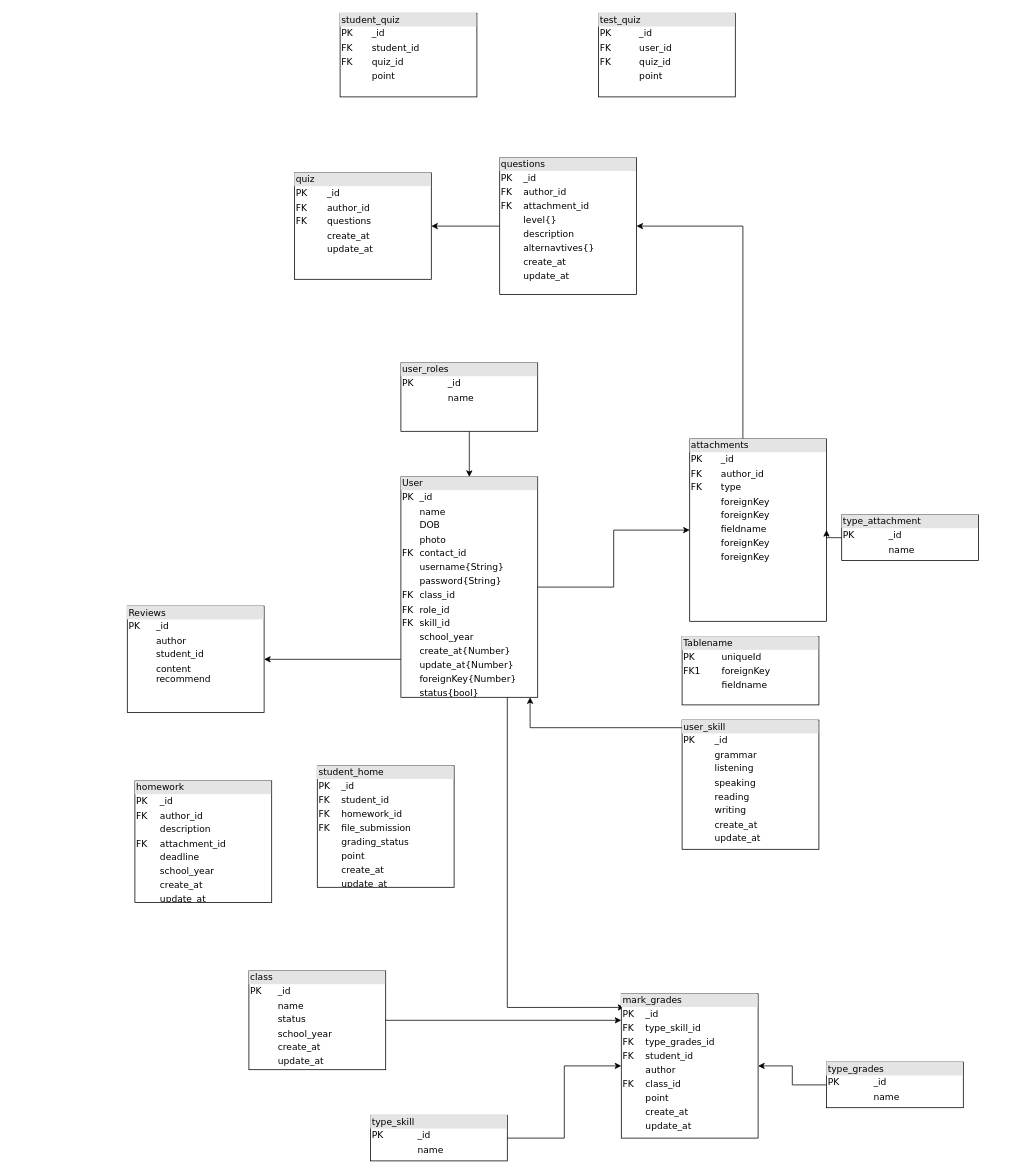
Earlier version of the draw.io diagram Untitled Diagram.drawio (neib000/CV). Source tidied: cells renumbered, new cells numbered last; positions are measured from the earlier drawing's top-left corner, leaving out a move shared by most shapes. Both pictures are drawn from the tidied source at 76%, with x=0, y=0 at pixel (127, 13).
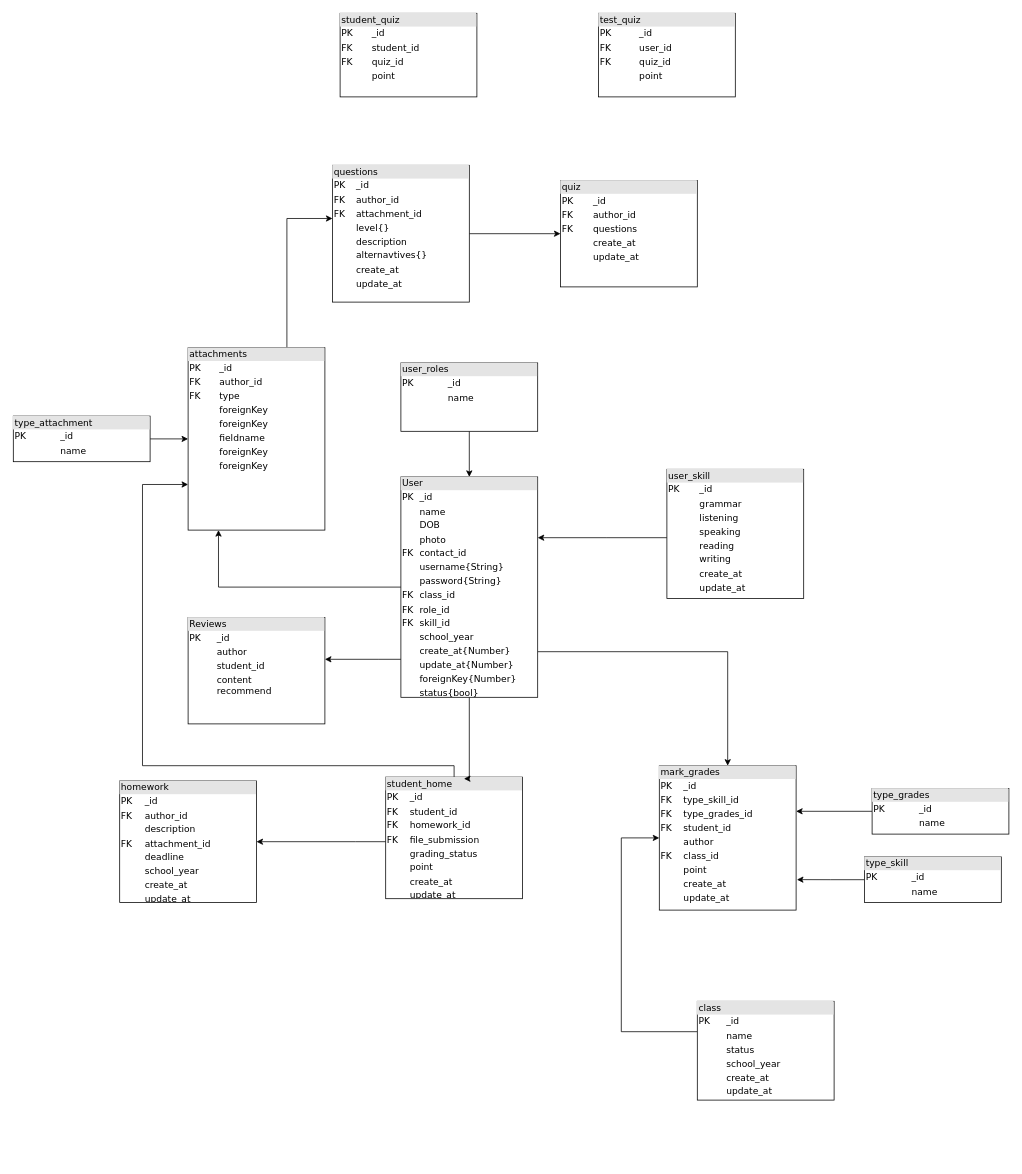
The same page after the edit.

Unchanged cells that the change refers to:
```xml
<mxCell id="14" value="&lt;div style=&quot;box-sizing: border-box ; width: 100% ; background: #e4e4e4 ; padding: 2px&quot;&gt;User&lt;/div&gt;&lt;table style=&quot;width: 100% ; font-size: 1em&quot; cellpadding=&quot;2&quot; cellspacing=&quot;0&quot;&gt;&lt;tbody&gt;&lt;tr&gt;&lt;td&gt;PK&lt;/td&gt;&lt;td&gt;_id&lt;/td&gt;&lt;/tr&gt;&lt;tr&gt;&lt;td&gt;&lt;br&gt;&lt;/td&gt;&lt;td&gt;name&lt;/td&gt;&lt;/tr&gt;&lt;tr&gt;&lt;td&gt;&lt;/td&gt;&lt;td&gt;DOB&lt;/td&gt;&lt;/tr&gt;&lt;tr&gt;&lt;td&gt;&lt;br&gt;&lt;/td&gt;&lt;td&gt;photo&lt;br&gt;&lt;/td&gt;&lt;/tr&gt;&lt;tr&gt;&lt;td&gt;FK&lt;br&gt;&lt;/td&gt;&lt;td&gt;contact_id&lt;/td&gt;&lt;/tr&gt;&lt;tr&gt;&lt;td&gt;&lt;br&gt;&lt;/td&gt;&lt;td&gt;username{String}&lt;/td&gt;&lt;/tr&gt;&lt;tr&gt;&lt;td&gt;&lt;br&gt;&lt;/td&gt;&lt;td&gt;password{String}&lt;/td&gt;&lt;/tr&gt;&lt;tr&gt;&lt;td&gt;FK&lt;/td&gt;&lt;td&gt;class_id&lt;br&gt;&lt;/td&gt;&lt;/tr&gt;&lt;tr&gt;&lt;td&gt;FK&lt;br&gt;&lt;/td&gt;&lt;td&gt;role_id&lt;/td&gt;&lt;/tr&gt;&lt;tr&gt;&lt;td&gt;FK&lt;br&gt;&lt;/td&gt;&lt;td&gt;skill_id&lt;/td&gt;&lt;/tr&gt;&lt;tr&gt;&lt;td&gt;&lt;br&gt;&lt;/td&gt;&lt;td&gt;school_year&lt;/td&gt;&lt;/tr&gt;&lt;tr&gt;&lt;td&gt;&lt;br&gt;&lt;/td&gt;&lt;td&gt;create_at{Number}&lt;br&gt;&lt;/td&gt;&lt;/tr&gt;&lt;tr&gt;&lt;td&gt;&lt;br&gt;&lt;/td&gt;&lt;td&gt;update_at{Number}&lt;/td&gt;&lt;/tr&gt;&lt;tr&gt;&lt;td&gt;&lt;br&gt;&lt;/td&gt;&lt;td&gt;foreignKey{Number}&lt;br&gt;&lt;/td&gt;&lt;/tr&gt;&lt;tr&gt;&lt;td&gt;&lt;br&gt;&lt;/td&gt;&lt;td&gt;status{bool}&lt;/td&gt;&lt;/tr&gt;&lt;tr&gt;&lt;td&gt;&lt;br&gt;&lt;/td&gt;&lt;td&gt;&lt;span style=&quot;white-space: pre&quot;&gt; &lt;/span&gt;&lt;br&gt;&lt;/td&gt;&lt;/tr&gt;&lt;tr&gt;&lt;td&gt;&lt;br&gt;&lt;/td&gt;&lt;td&gt;&lt;br&gt;&lt;/td&gt;&lt;/tr&gt;&lt;/tbody&gt;&lt;/table&gt;" style="verticalAlign=top;align=left;overflow=fill;html=1;rounded=0;shadow=0;comic=0;labelBackgroundColor=none;strokeWidth=1;fontFamily=Verdana;fontSize=12;" parent="1" vertex="1">
  <mxGeometry x="360" y="610" width="180" height="290" as="geometry" />
</mxCell>
```

Change to the diagram source:
```diff
@@
     <mxCell id="2" value="&lt;div style=&quot;box-sizing: border-box ; width: 100% ; background: #e4e4e4 ; padding: 2px&quot;&gt;quiz&lt;/div&gt;&lt;table style=&quot;width: 100% ; font-size: 1em&quot; cellpadding=&quot;2&quot; cellspacing=&quot;0&quot;&gt;&lt;tbody&gt;&lt;tr&gt;&lt;td&gt;PK&lt;/td&gt;&lt;td&gt;_id&lt;/td&gt;&lt;/tr&gt;&lt;tr&gt;&lt;td&gt;FK&lt;/td&gt;&lt;td&gt;author_id&lt;/td&gt;&lt;/tr&gt;&lt;tr&gt;&lt;td&gt;FK&lt;/td&gt;&lt;td&gt;questions&lt;/td&gt;&lt;/tr&gt;&lt;tr&gt;&lt;td&gt;&lt;br&gt;&lt;/td&gt;&lt;td&gt;create_at&lt;/td&gt;&lt;/tr&gt;&lt;tr&gt;&lt;td&gt;&lt;br&gt;&lt;/td&gt;&lt;td&gt;update_at&lt;/td&gt;&lt;/tr&gt;&lt;tr&gt;&lt;td&gt;&lt;br&gt;&lt;/td&gt;&lt;td&gt;&lt;br&gt;&lt;/td&gt;&lt;/tr&gt;&lt;tr&gt;&lt;td&gt;&lt;br&gt;&lt;/td&gt;&lt;td&gt;&lt;br&gt;&lt;/td&gt;&lt;/tr&gt;&lt;/tbody&gt;&lt;/table&gt;" style="verticalAlign=top;align=left;overflow=fill;html=1;rounded=0;shadow=0;comic=0;labelBackgroundColor=none;strokeWidth=1;fontFamily=Verdana;fontSize=12;" parent="1" vertex="1">
-      <mxGeometry x="220" y="210" width="180" height="140" as="geometry" />
+      <mxGeometry x="570" y="220" width="180" height="140" as="geometry" />
     </mxCell>
     <mxCell id="3" style="edgeStyle=orthogonalEdgeStyle;rounded=0;jettySize=auto;html=1;" parent="1" edge="1" source="4" target="27">
       <mxGeometry relative="1" as="geometry">
         <Array as="points">
-          <mxPoint x="300" y="1340" />
+          <mxPoint x="650" y="1340" />
+          <mxPoint x="650" y="1085" />
         </Array>
       </mxGeometry>
     </mxCell>
     <mxCell id="4" value="&lt;div style=&quot;box-sizing: border-box ; width: 100% ; background: #e4e4e4 ; padding: 2px&quot;&gt;class&lt;/div&gt;&lt;table style=&quot;width: 100% ; font-size: 1em&quot; cellpadding=&quot;2&quot; cellspacing=&quot;0&quot;&gt;&lt;tbody&gt;&lt;tr&gt;&lt;td&gt;PK&lt;/td&gt;&lt;td&gt;_id&lt;/td&gt;&lt;/tr&gt;&lt;tr&gt;&lt;td&gt;&lt;br&gt;&lt;/td&gt;&lt;td&gt;name&lt;/td&gt;&lt;/tr&gt;&lt;tr&gt;&lt;td&gt;&lt;/td&gt;&lt;td&gt;status&lt;/td&gt;&lt;/tr&gt;&lt;tr&gt;&lt;td&gt;&lt;/td&gt;&lt;td&gt;school_year&lt;br&gt;&lt;/td&gt;&lt;/tr&gt;&lt;tr&gt;&lt;td&gt;&lt;br&gt;&lt;/td&gt;&lt;td&gt;create_at&lt;/td&gt;&lt;/tr&gt;&lt;tr&gt;&lt;td&gt;&lt;br&gt;&lt;/td&gt;&lt;td&gt;update_at&lt;/td&gt;&lt;/tr&gt;&lt;tr&gt;&lt;td&gt;&lt;br&gt;&lt;/td&gt;&lt;td&gt;&lt;br&gt;&lt;/td&gt;&lt;/tr&gt;&lt;/tbody&gt;&lt;/table&gt;" style="verticalAlign=top;align=left;overflow=fill;html=1;rounded=0;shadow=0;comic=0;labelBackgroundColor=none;strokeWidth=1;fontFamily=Verdana;fontSize=12;" parent="1" vertex="1">
-      <mxGeometry x="160" y="1260" width="180" height="130" as="geometry" />
+      <mxGeometry x="750" y="1300" width="180" height="130" as="geometry" />
     </mxCell>
     <mxCell id="5" value="&lt;div style=&quot;box-sizing: border-box ; width: 100% ; background: #e4e4e4 ; padding: 2px&quot;&gt;Reviews&lt;/div&gt;&lt;table style=&quot;width: 100% ; font-size: 1em&quot; cellpadding=&quot;2&quot; cellspacing=&quot;0&quot;&gt;&lt;tbody&gt;&lt;tr&gt;&lt;td&gt;PK&lt;/td&gt;&lt;td&gt;_id&lt;/td&gt;&lt;/tr&gt;&lt;tr&gt;&lt;td&gt;&lt;br&gt;&lt;/td&gt;&lt;td&gt;author&lt;/td&gt;&lt;/tr&gt;&lt;tr&gt;&lt;td&gt;&lt;/td&gt;&lt;td&gt;student_id&lt;/td&gt;&lt;/tr&gt;&lt;tr&gt;&lt;td&gt;&lt;br&gt;&lt;/td&gt;&lt;td&gt;content&lt;br&gt;recommend&lt;br&gt;&lt;br&gt;&lt;br&gt;&lt;/td&gt;&lt;/tr&gt;&lt;/tbody&gt;&lt;/table&gt;" style="verticalAlign=top;align=left;overflow=fill;html=1;rounded=0;shadow=0;comic=0;labelBackgroundColor=none;strokeWidth=1;fontFamily=Verdana;fontSize=12;" parent="1" vertex="1">
-      <mxGeometry y="780" width="180" height="140" as="geometry" />
+      <mxGeometry x="80" y="795" width="180" height="140" as="geometry" />
     </mxCell>
@@
     <mxCell id="8" style="edgeStyle=orthogonalEdgeStyle;rounded=0;jettySize=auto;html=1;" parent="1" edge="1" source="9" target="14">
       <mxGeometry relative="1" as="geometry">
         <Array as="points">
-          <mxPoint x="530" y="940" />
+          <mxPoint x="630" y="690" />
+          <mxPoint x="630" y="690" />
         </Array>
       </mxGeometry>
     </mxCell>
     <mxCell id="9" value="&lt;div style=&quot;box-sizing: border-box ; width: 100% ; background: #e4e4e4 ; padding: 2px&quot;&gt;user_skill&lt;/div&gt;&lt;table style=&quot;width: 100% ; font-size: 1em&quot; cellpadding=&quot;2&quot; cellspacing=&quot;0&quot;&gt;&lt;tbody&gt;&lt;tr&gt;&lt;td&gt;PK&lt;/td&gt;&lt;td&gt;_id&lt;/td&gt;&lt;/tr&gt;&lt;tr&gt;&lt;td&gt;&lt;br&gt;&lt;/td&gt;&lt;td&gt;grammar&lt;/td&gt;&lt;/tr&gt;&lt;tr&gt;&lt;td&gt;&lt;/td&gt;&lt;td&gt;listening&lt;/td&gt;&lt;/tr&gt;&lt;tr&gt;&lt;td&gt;&lt;br&gt;&lt;/td&gt;&lt;td&gt;speaking&lt;/td&gt;&lt;/tr&gt;&lt;tr&gt;&lt;td&gt;&lt;br&gt;&lt;/td&gt;&lt;td&gt;reading&lt;/td&gt;&lt;/tr&gt;&lt;tr&gt;&lt;td&gt;&lt;br&gt;&lt;/td&gt;&lt;td&gt;writing&lt;/td&gt;&lt;/tr&gt;&lt;tr&gt;&lt;td&gt;&lt;br&gt;&lt;/td&gt;&lt;td&gt;create_at&lt;/td&gt;&lt;/tr&gt;&lt;tr&gt;&lt;td&gt;&lt;br&gt;&lt;/td&gt;&lt;td&gt;update_at&lt;/td&gt;&lt;/tr&gt;&lt;tr&gt;&lt;td&gt;&lt;br&gt;&lt;/td&gt;&lt;td&gt;&lt;br&gt;&lt;/td&gt;&lt;/tr&gt;&lt;tr&gt;&lt;td&gt;&lt;br&gt;&lt;/td&gt;&lt;td&gt;&lt;br&gt;&lt;/td&gt;&lt;/tr&gt;&lt;/tbody&gt;&lt;/table&gt;" style="verticalAlign=top;align=left;overflow=fill;html=1;rounded=0;shadow=0;comic=0;labelBackgroundColor=none;strokeWidth=1;fontFamily=Verdana;fontSize=12;" parent="1" vertex="1">
-      <mxGeometry x="730" y="930" width="180" height="170" as="geometry" />
+      <mxGeometry x="710" y="600" width="180" height="170" as="geometry" />
     </mxCell>
+    <mxCell id="32" style="edgeStyle=orthogonalEdgeStyle;rounded=0;jettySize=auto;html=1;entryX=1;entryY=0.5;entryDx=0;entryDy=0;" parent="1" edge="1" source="10" target="18">
+      <mxGeometry relative="1" as="geometry">
+        <Array as="points">
+          <mxPoint x="300" y="1090" />
+          <mxPoint x="300" y="1090" />
+        </Array>
+      </mxGeometry>
+    </mxCell>
+    <mxCell id="33" style="edgeStyle=orthogonalEdgeStyle;rounded=0;jettySize=auto;html=1;" parent="1" edge="1" source="10" target="17">
+      <mxGeometry relative="1" as="geometry">
+        <Array as="points">
+          <mxPoint x="430" y="990" />
+          <mxPoint x="20" y="990" />
+          <mxPoint x="20" y="620" />
+        </Array>
+      </mxGeometry>
+    </mxCell>
     <mxCell id="10" value="&lt;div style=&quot;box-sizing: border-box ; width: 100% ; background: #e4e4e4 ; padding: 2px&quot;&gt;student_home&lt;/div&gt;&lt;table style=&quot;width: 100% ; font-size: 1em&quot; cellpadding=&quot;2&quot; cellspacing=&quot;0&quot;&gt;&lt;tbody&gt;&lt;tr&gt;&lt;td&gt;PK&lt;/td&gt;&lt;td&gt;_id&lt;/td&gt;&lt;/tr&gt;&lt;tr&gt;&lt;td&gt;FK&lt;/td&gt;&lt;td&gt;student_id&lt;/td&gt;&lt;/tr&gt;&lt;tr&gt;&lt;td&gt;FK&lt;/td&gt;&lt;td&gt;homework_id&lt;/td&gt;&lt;/tr&gt;&lt;tr&gt;&lt;td&gt;FK&lt;/td&gt;&lt;td&gt;file_submission&lt;/td&gt;&lt;/tr&gt;&lt;tr&gt;&lt;td&gt;&lt;br&gt;&lt;/td&gt;&lt;td&gt;grading_status&lt;/td&gt;&lt;/tr&gt;&lt;tr&gt;&lt;td&gt;&lt;br&gt;&lt;/td&gt;&lt;td&gt;point&lt;/td&gt;&lt;/tr&gt;&lt;tr&gt;&lt;td&gt;&lt;br&gt;&lt;/td&gt;&lt;td&gt;create_at&lt;/td&gt;&lt;/tr&gt;&lt;tr&gt;&lt;td&gt;&lt;br&gt;&lt;/td&gt;&lt;td&gt;update_at&lt;/td&gt;&lt;/tr&gt;&lt;/tbody&gt;&lt;/table&gt;" style="verticalAlign=top;align=left;overflow=fill;html=1;rounded=0;shadow=0;comic=0;labelBackgroundColor=none;strokeWidth=1;fontFamily=Verdana;fontSize=12;" parent="1" vertex="1">
-      <mxGeometry x="250" y="990" width="180" height="160" as="geometry" />
+      <mxGeometry x="340" y="1005" width="180" height="160" as="geometry" />
     </mxCell>
@@
     <mxCell id="12" style="edgeStyle=orthogonalEdgeStyle;rounded=0;jettySize=auto;html=1;" parent="1" edge="1" source="14" target="17">
-      <mxGeometry relative="1" as="geometry" />
+      <mxGeometry relative="1" as="geometry">
+        <Array as="points">
+          <mxPoint x="120" y="755" />
+        </Array>
+      </mxGeometry>
     </mxCell>
+    <mxCell id="34" style="edgeStyle=orthogonalEdgeStyle;rounded=0;jettySize=auto;html=1;entryX=0.572;entryY=0.013;entryDx=0;entryDy=0;entryPerimeter=0;" parent="1" edge="1" source="14" target="10">
+      <mxGeometry relative="1" as="geometry">
+        <Array as="points">
+          <mxPoint x="450" y="1007" />
+        </Array>
+      </mxGeometry>
+    </mxCell>
-    <mxCell id="13" style="edgeStyle=orthogonalEdgeStyle;rounded=0;jettySize=auto;html=1;entryX=0.022;entryY=0.095;entryDx=0;entryDy=0;entryPerimeter=0;" parent="1" edge="1" source="14" target="27">
+    <mxCell id="13" style="edgeStyle=orthogonalEdgeStyle;rounded=0;jettySize=auto;html=1;entryX=0.5;entryY=0;entryDx=0;entryDy=0;" parent="1" edge="1" source="14" target="27">
       <mxGeometry relative="1" as="geometry">
         <Array as="points">
-          <mxPoint x="500" y="1308" />
+          <mxPoint x="790" y="840" />
         </Array>
       </mxGeometry>
     </mxCell>
@@
-    <mxCell id="15" value="&lt;div style=&quot;box-sizing:border-box;width:100%;background:#e4e4e4;padding:2px;&quot;&gt;Tablename&lt;/div&gt;&lt;table style=&quot;width:100%;font-size:1em;&quot; cellpadding=&quot;2&quot; cellspacing=&quot;0&quot;&gt;&lt;tr&gt;&lt;td&gt;PK&lt;/td&gt;&lt;td&gt;uniqueId&lt;/td&gt;&lt;/tr&gt;&lt;tr&gt;&lt;td&gt;FK1&lt;/td&gt;&lt;td&gt;foreignKey&lt;/td&gt;&lt;/tr&gt;&lt;tr&gt;&lt;td&gt;&lt;/td&gt;&lt;td&gt;fieldname&lt;/td&gt;&lt;/tr&gt;&lt;/table&gt;" style="verticalAlign=top;align=left;overflow=fill;html=1;rounded=0;shadow=0;comic=0;labelBackgroundColor=none;strokeWidth=1;fontFamily=Verdana;fontSize=12;" parent="1" vertex="1">
-      <mxGeometry x="730" y="820" width="180" height="90" as="geometry" />
-    </mxCell>
-    <mxCell id="16" style="edgeStyle=orthogonalEdgeStyle;rounded=0;jettySize=auto;html=1;entryX=1;entryY=0.5;entryDx=0;entryDy=0;" parent="1" edge="1" source="17" target="29">
+    <mxCell id="16" style="edgeStyle=orthogonalEdgeStyle;rounded=0;jettySize=auto;html=1;" parent="1" edge="1" source="17" target="29">
       <mxGeometry relative="1" as="geometry">
         <Array as="points">
-          <mxPoint x="810" y="280" />
+          <mxPoint x="210" y="270" />
         </Array>
       </mxGeometry>
     </mxCell>
     <mxCell id="17" value="&lt;div style=&quot;box-sizing: border-box ; width: 100% ; background: #e4e4e4 ; padding: 2px&quot;&gt;attachments&lt;br&gt;&lt;/div&gt;&lt;table style=&quot;width: 100% ; font-size: 1em&quot; cellpadding=&quot;2&quot; cellspacing=&quot;0&quot;&gt;&lt;tbody&gt;&lt;tr&gt;&lt;td&gt;PK&lt;/td&gt;&lt;td&gt;_id&lt;/td&gt;&lt;/tr&gt;&lt;tr&gt;&lt;td&gt;FK&lt;/td&gt;&lt;td&gt;author_id&lt;/td&gt;&lt;/tr&gt;&lt;tr&gt;&lt;td&gt;FK&lt;/td&gt;&lt;td&gt;type&lt;/td&gt;&lt;/tr&gt;&lt;tr&gt;&lt;td&gt;&lt;br&gt;&lt;/td&gt;&lt;td&gt;foreignKey&lt;br&gt;&lt;/td&gt;&lt;/tr&gt;&lt;tr&gt;&lt;td&gt;&lt;br&gt;&lt;/td&gt;&lt;td&gt;foreignKey&lt;br&gt;&lt;/td&gt;&lt;/tr&gt;&lt;tr&gt;&lt;td&gt;&lt;br&gt;&lt;/td&gt;&lt;td&gt;fieldname&lt;br&gt;&lt;/td&gt;&lt;/tr&gt;&lt;tr&gt;&lt;td&gt;&lt;br&gt;&lt;/td&gt;&lt;td&gt;foreignKey&lt;br&gt;&lt;/td&gt;&lt;/tr&gt;&lt;tr&gt;&lt;td&gt;&lt;br&gt;&lt;/td&gt;&lt;td&gt;foreignKey&lt;br&gt;&lt;/td&gt;&lt;/tr&gt;&lt;tr&gt;&lt;td&gt;&lt;br&gt;&lt;/td&gt;&lt;td&gt;&lt;br&gt;&lt;/td&gt;&lt;/tr&gt;&lt;tr&gt;&lt;td&gt;&lt;br&gt;&lt;/td&gt;&lt;td&gt;&lt;br&gt;&lt;/td&gt;&lt;/tr&gt;&lt;tr&gt;&lt;td&gt;&lt;br&gt;&lt;/td&gt;&lt;td&gt;&lt;br&gt;&lt;/td&gt;&lt;/tr&gt;&lt;tr&gt;&lt;td&gt;&lt;br&gt;&lt;/td&gt;&lt;td&gt;&lt;br&gt;&lt;/td&gt;&lt;/tr&gt;&lt;/tbody&gt;&lt;/table&gt;" style="verticalAlign=top;align=left;overflow=fill;html=1;rounded=0;shadow=0;comic=0;labelBackgroundColor=none;strokeWidth=1;fontFamily=Verdana;fontSize=12;" parent="1" vertex="1">
-      <mxGeometry x="740" y="560" width="180" height="240" as="geometry" />
+      <mxGeometry x="80" y="440" width="180" height="240" as="geometry" />
     </mxCell>
     <mxCell id="18" value="&lt;div style=&quot;box-sizing: border-box ; width: 100% ; background: #e4e4e4 ; padding: 2px&quot;&gt;homework&lt;/div&gt;&lt;table style=&quot;width: 100% ; font-size: 1em&quot; cellpadding=&quot;2&quot; cellspacing=&quot;0&quot;&gt;&lt;tbody&gt;&lt;tr&gt;&lt;td&gt;PK&lt;/td&gt;&lt;td&gt;_id&lt;/td&gt;&lt;/tr&gt;&lt;tr&gt;&lt;td&gt;FK&lt;/td&gt;&lt;td&gt;author_id&lt;/td&gt;&lt;/tr&gt;&lt;tr&gt;&lt;td&gt;&lt;/td&gt;&lt;td&gt;description&lt;/td&gt;&lt;/tr&gt;&lt;tr&gt;&lt;td&gt;FK&lt;/td&gt;&lt;td&gt;attachment_id&lt;/td&gt;&lt;/tr&gt;&lt;tr&gt;&lt;td&gt;&lt;br&gt;&lt;/td&gt;&lt;td&gt;deadline&lt;/td&gt;&lt;/tr&gt;&lt;tr&gt;&lt;td&gt;&lt;br&gt;&lt;/td&gt;&lt;td&gt;school_year&lt;br&gt;&lt;/td&gt;&lt;/tr&gt;&lt;tr&gt;&lt;td&gt;&lt;br&gt;&lt;/td&gt;&lt;td&gt;create_at&lt;/td&gt;&lt;/tr&gt;&lt;tr&gt;&lt;td&gt;&lt;br&gt;&lt;/td&gt;&lt;td&gt;update_at&lt;/td&gt;&lt;/tr&gt;&lt;/tbody&gt;&lt;/table&gt;" style="verticalAlign=top;align=left;overflow=fill;html=1;rounded=0;shadow=0;comic=0;labelBackgroundColor=none;strokeWidth=1;fontFamily=Verdana;fontSize=12;" parent="1" vertex="1">
-      <mxGeometry x="10" y="1010" width="180" height="160" as="geometry" />
+      <mxGeometry x="-10" y="1010" width="180" height="160" as="geometry" />
     </mxCell>
@@
     <mxCell id="21" value="&lt;div style=&quot;box-sizing: border-box ; width: 100% ; background: #e4e4e4 ; padding: 2px&quot;&gt;type_attachment&lt;/div&gt;&lt;table style=&quot;width: 100% ; font-size: 1em&quot; cellpadding=&quot;2&quot; cellspacing=&quot;0&quot;&gt;&lt;tbody&gt;&lt;tr&gt;&lt;td&gt;PK&lt;/td&gt;&lt;td&gt;_id&lt;/td&gt;&lt;/tr&gt;&lt;tr&gt;&lt;td&gt;&lt;br&gt;&lt;/td&gt;&lt;td&gt;name&lt;/td&gt;&lt;/tr&gt;&lt;tr&gt;&lt;td&gt;&lt;/td&gt;&lt;td&gt;&lt;br&gt;&lt;/td&gt;&lt;/tr&gt;&lt;/tbody&gt;&lt;/table&gt;" style="verticalAlign=top;align=left;overflow=fill;html=1;rounded=0;shadow=0;comic=0;labelBackgroundColor=none;strokeWidth=1;fontFamily=Verdana;fontSize=12;fillColor=#FFFFFF;strokeColor=#000000;gradientColor=#ffffff;" parent="1" vertex="1">
-      <mxGeometry x="940" y="660" width="180" height="60" as="geometry" />
+      <mxGeometry x="-150" y="530" width="180" height="60" as="geometry" />
     </mxCell>
     <mxCell id="22" style="edgeStyle=orthogonalEdgeStyle;rounded=0;jettySize=auto;html=1;" parent="1" edge="1" source="23" target="27">
-      <mxGeometry relative="1" as="geometry" />
+      <mxGeometry relative="1" as="geometry">
+        <Array as="points">
+          <mxPoint x="990" y="1055" />
+        </Array>
+      </mxGeometry>
     </mxCell>
     <mxCell id="23" value="&lt;div style=&quot;box-sizing: border-box ; width: 100% ; background: #e4e4e4 ; padding: 2px&quot;&gt;type_grades&lt;/div&gt;&lt;table style=&quot;width: 100% ; font-size: 1em&quot; cellpadding=&quot;2&quot; cellspacing=&quot;0&quot;&gt;&lt;tbody&gt;&lt;tr&gt;&lt;td&gt;PK&lt;/td&gt;&lt;td&gt;_id&lt;/td&gt;&lt;/tr&gt;&lt;tr&gt;&lt;td&gt;&lt;br&gt;&lt;/td&gt;&lt;td&gt;name&lt;/td&gt;&lt;/tr&gt;&lt;tr&gt;&lt;td&gt;&lt;/td&gt;&lt;td&gt;&lt;br&gt;&lt;/td&gt;&lt;/tr&gt;&lt;tr&gt;&lt;td&gt;&lt;br&gt;&lt;/td&gt;&lt;td&gt;&lt;br&gt;&lt;/td&gt;&lt;/tr&gt;&lt;tr&gt;&lt;td&gt;&lt;br&gt;&lt;/td&gt;&lt;td&gt;&lt;br&gt;&lt;/td&gt;&lt;/tr&gt;&lt;/tbody&gt;&lt;/table&gt;" style="verticalAlign=top;align=left;overflow=fill;html=1;rounded=0;shadow=0;comic=0;labelBackgroundColor=none;strokeWidth=1;fontFamily=Verdana;fontSize=12;" parent="1" vertex="1">
-      <mxGeometry x="920" y="1380" width="180" height="60" as="geometry" />
+      <mxGeometry x="980" y="1020" width="180" height="60" as="geometry" />
     </mxCell>
@@
-    <mxCell id="25" style="edgeStyle=orthogonalEdgeStyle;rounded=0;jettySize=auto;html=1;" parent="1" edge="1" source="26" target="27">
+    <mxCell id="25" style="edgeStyle=orthogonalEdgeStyle;rounded=0;jettySize=auto;html=1;entryX=1.006;entryY=0.789;entryDx=0;entryDy=0;entryPerimeter=0;" parent="1" edge="1" source="26" target="27">
       <mxGeometry relative="1" as="geometry" />
     </mxCell>
     <mxCell id="26" value="&lt;div style=&quot;box-sizing: border-box ; width: 100% ; background: #e4e4e4 ; padding: 2px&quot;&gt;type_skill&lt;/div&gt;&lt;table style=&quot;width: 100% ; font-size: 1em&quot; cellpadding=&quot;2&quot; cellspacing=&quot;0&quot;&gt;&lt;tbody&gt;&lt;tr&gt;&lt;td&gt;PK&lt;/td&gt;&lt;td&gt;_id&lt;/td&gt;&lt;/tr&gt;&lt;tr&gt;&lt;td&gt;&lt;br&gt;&lt;/td&gt;&lt;td&gt;name&lt;/td&gt;&lt;/tr&gt;&lt;tr&gt;&lt;td&gt;&lt;/td&gt;&lt;td&gt;&lt;br&gt;&lt;/td&gt;&lt;/tr&gt;&lt;tr&gt;&lt;td&gt;&lt;br&gt;&lt;/td&gt;&lt;td&gt;&lt;br&gt;&lt;/td&gt;&lt;/tr&gt;&lt;tr&gt;&lt;td&gt;&lt;br&gt;&lt;/td&gt;&lt;td&gt;&lt;br&gt;&lt;/td&gt;&lt;/tr&gt;&lt;/tbody&gt;&lt;/table&gt;" style="verticalAlign=top;align=left;overflow=fill;html=1;rounded=0;shadow=0;comic=0;labelBackgroundColor=none;strokeWidth=1;fontFamily=Verdana;fontSize=12;" parent="1" vertex="1">
-      <mxGeometry x="320" y="1450" width="180" height="60" as="geometry" />
+      <mxGeometry x="970" y="1110" width="180" height="60" as="geometry" />
     </mxCell>
     <mxCell id="27" value="&lt;div style=&quot;box-sizing: border-box ; width: 100% ; background: #e4e4e4 ; padding: 2px&quot;&gt;mark_grades&lt;/div&gt;&lt;table style=&quot;width: 100% ; font-size: 1em&quot; cellpadding=&quot;2&quot; cellspacing=&quot;0&quot;&gt;&lt;tbody&gt;&lt;tr&gt;&lt;td&gt;PK&lt;/td&gt;&lt;td&gt;_id&lt;/td&gt;&lt;/tr&gt;&lt;tr&gt;&lt;td&gt;FK&lt;/td&gt;&lt;td&gt;type_skill_id&lt;/td&gt;&lt;/tr&gt;&lt;tr&gt;&lt;td&gt;FK&lt;/td&gt;&lt;td&gt;type_grades_id&lt;/td&gt;&lt;/tr&gt;&lt;tr&gt;&lt;td&gt;FK&lt;/td&gt;&lt;td&gt;student_id&lt;/td&gt;&lt;/tr&gt;&lt;tr&gt;&lt;td&gt;&lt;br&gt;&lt;/td&gt;&lt;td&gt;author&lt;br&gt;&lt;/td&gt;&lt;/tr&gt;&lt;tr&gt;&lt;td&gt;FK&lt;/td&gt;&lt;td&gt;class_id&lt;/td&gt;&lt;/tr&gt;&lt;tr&gt;&lt;td&gt;&lt;br&gt;&lt;/td&gt;&lt;td&gt;point&lt;/td&gt;&lt;/tr&gt;&lt;tr&gt;&lt;td&gt;&lt;br&gt;&lt;/td&gt;&lt;td&gt;create_at&lt;/td&gt;&lt;/tr&gt;&lt;tr&gt;&lt;td&gt;&lt;br&gt;&lt;/td&gt;&lt;td&gt;update_at&lt;/td&gt;&lt;/tr&gt;&lt;tr&gt;&lt;td&gt;&lt;br&gt;&lt;/td&gt;&lt;td&gt;&lt;br&gt;&lt;/td&gt;&lt;/tr&gt;&lt;/tbody&gt;&lt;/table&gt;" style="verticalAlign=top;align=left;overflow=fill;html=1;rounded=0;shadow=0;comic=0;labelBackgroundColor=none;strokeWidth=1;fontFamily=Verdana;fontSize=12;" parent="1" vertex="1">
-      <mxGeometry x="650" y="1290" width="180" height="190" as="geometry" />
+      <mxGeometry x="700" y="990" width="180" height="190" as="geometry" />
     </mxCell>
@@
     <mxCell id="29" value="&lt;div style=&quot;box-sizing: border-box ; width: 100% ; background: #e4e4e4 ; padding: 2px&quot;&gt;questions&lt;/div&gt;&lt;table style=&quot;width: 100% ; font-size: 1em&quot; cellpadding=&quot;2&quot; cellspacing=&quot;0&quot;&gt;&lt;tbody&gt;&lt;tr&gt;&lt;td&gt;PK&lt;/td&gt;&lt;td&gt;_id&lt;/td&gt;&lt;/tr&gt;&lt;tr&gt;&lt;td&gt;FK&lt;/td&gt;&lt;td&gt;author_id&lt;/td&gt;&lt;/tr&gt;&lt;tr&gt;&lt;td&gt;FK&lt;/td&gt;&lt;td&gt;attachment_id&lt;/td&gt;&lt;/tr&gt;&lt;tr&gt;&lt;td&gt;&lt;br&gt;&lt;/td&gt;&lt;td&gt;level{}&lt;/td&gt;&lt;/tr&gt;&lt;tr&gt;&lt;td&gt;&lt;br&gt;&lt;/td&gt;&lt;td&gt;description&lt;br&gt;&lt;/td&gt;&lt;/tr&gt;&lt;tr&gt;&lt;td&gt;&lt;br&gt;&lt;/td&gt;&lt;td&gt;alternavtives{}&lt;/td&gt;&lt;/tr&gt;&lt;tr&gt;&lt;td&gt;&lt;br&gt;&lt;/td&gt;&lt;td&gt;create_at&lt;/td&gt;&lt;/tr&gt;&lt;tr&gt;&lt;td&gt;&lt;br&gt;&lt;/td&gt;&lt;td&gt;update_at&lt;/td&gt;&lt;/tr&gt;&lt;tr&gt;&lt;td&gt;&lt;br&gt;&lt;/td&gt;&lt;td&gt;&lt;br&gt;&lt;/td&gt;&lt;/tr&gt;&lt;tr&gt;&lt;td&gt;&lt;br&gt;&lt;/td&gt;&lt;td&gt;&lt;br&gt;&lt;/td&gt;&lt;/tr&gt;&lt;/tbody&gt;&lt;/table&gt;" style="verticalAlign=top;align=left;overflow=fill;html=1;rounded=0;shadow=0;comic=0;labelBackgroundColor=none;strokeWidth=1;fontFamily=Verdana;fontSize=12;" parent="1" vertex="1">
-      <mxGeometry x="490" y="190" width="180" height="180" as="geometry" />
+      <mxGeometry x="270" y="200" width="180" height="180" as="geometry" />
     </mxCell>
```
